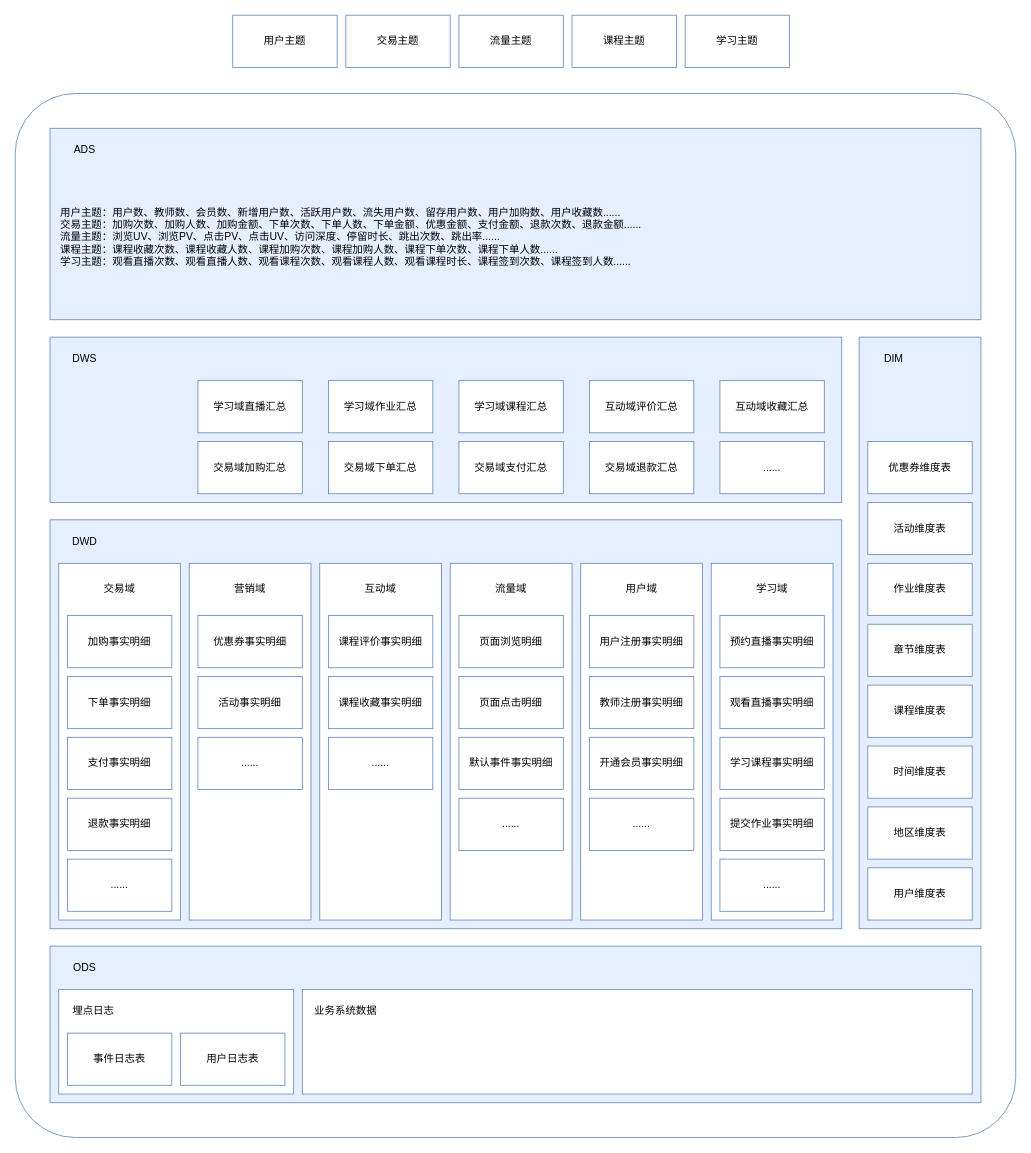
Earlier version of the draw.io diagram 离线数仓分层架构2.drawio (Jacoulin/draw). Source tidied: cells renumbered, new cells numbered last; positions are measured from the earlier drawing's top-left corner, leaving out a move shared by most shapes. Both pictures are drawn from the tidied source at 87%, with x=0, y=0 at pixel (15, 15).
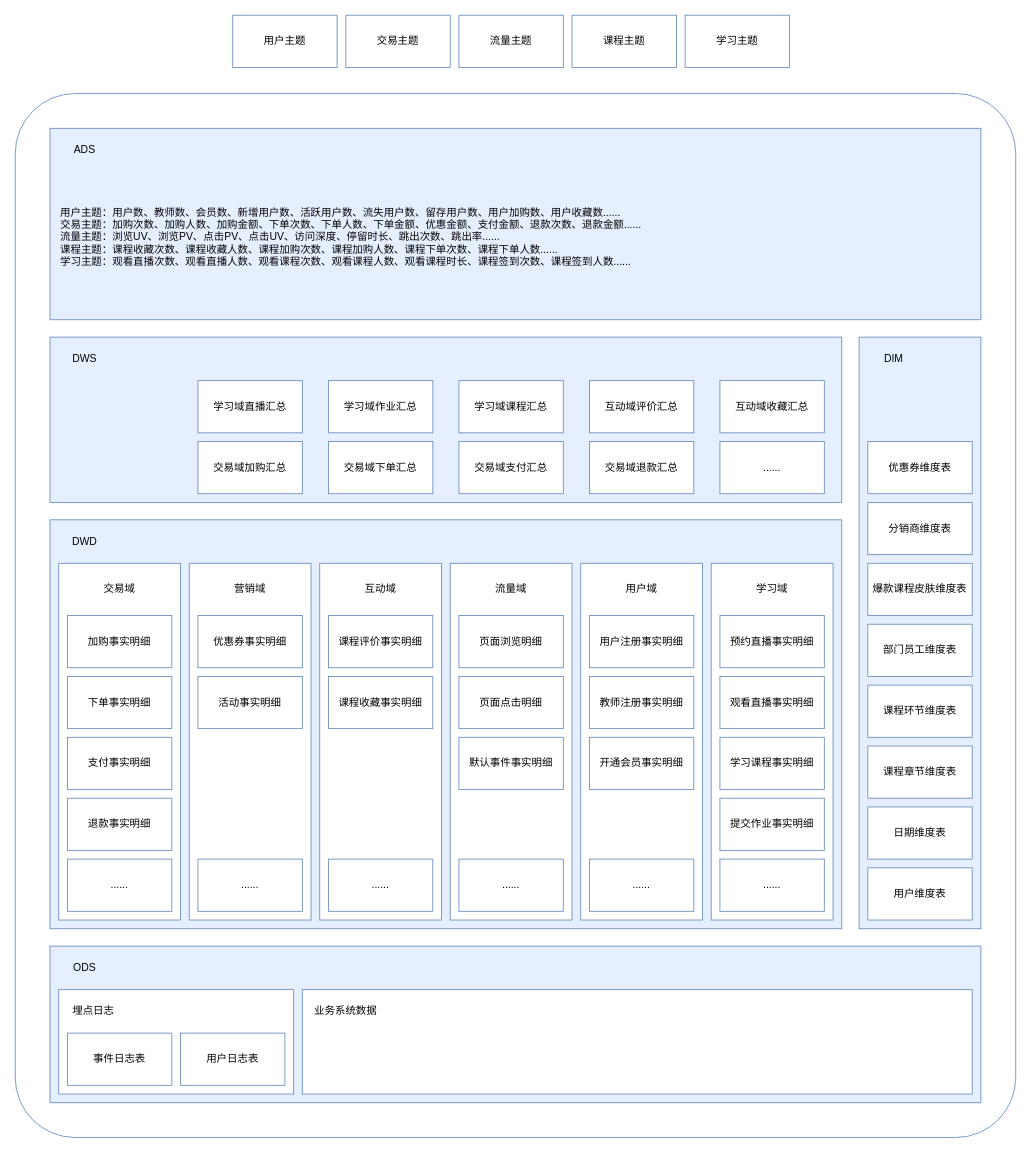
The same diagram, later.

Commit message:
更新离线数仓分层架构2.drawio

The edit, as a diff of the source:
```diff
@@
-    <mxCell id="15" value="课程维度表" style="rounded=0;whiteSpace=wrap;html=1;strokeColor=#6C8EBF;" parent="1" vertex="1">
+    <mxCell id="15" value="课程环节维度表" style="rounded=0;whiteSpace=wrap;html=1;strokeColor=#6C8EBF;" parent="1" vertex="1">
       <mxGeometry x="980" y="770" width="120" height="60" as="geometry" />
     </mxCell>
-    <mxCell id="16" value="章节维度表" style="rounded=0;whiteSpace=wrap;html=1;strokeColor=#6C8EBF;" parent="1" vertex="1">
+    <mxCell id="16" value="部门员工维度表" style="rounded=0;whiteSpace=wrap;html=1;strokeColor=#6C8EBF;" parent="1" vertex="1">
       <mxGeometry x="980" y="700" width="120" height="60" as="geometry" />
     </mxCell>
@@
-    <mxCell id="18" value="活动维度表" style="rounded=0;whiteSpace=wrap;html=1;strokeColor=#6C8EBF;" parent="1" vertex="1">
+    <mxCell id="18" value="分销商维度表" style="rounded=0;whiteSpace=wrap;html=1;strokeColor=#6C8EBF;" parent="1" vertex="1">
       <mxGeometry x="980" y="560" width="120" height="60" as="geometry" />
     </mxCell>
-    <mxCell id="19" value="地区维度表" style="rounded=0;whiteSpace=wrap;html=1;strokeColor=#6C8EBF;" parent="1" vertex="1">
+    <mxCell id="19" value="日期维度表" style="rounded=0;whiteSpace=wrap;html=1;strokeColor=#6C8EBF;" parent="1" vertex="1">
       <mxGeometry x="980" y="910" width="120" height="60" as="geometry" />
     </mxCell>
-    <mxCell id="20" value="时间维度表" style="rounded=0;whiteSpace=wrap;html=1;strokeColor=#6C8EBF;" parent="1" vertex="1">
+    <mxCell id="20" value="课程章节维度表" style="rounded=0;whiteSpace=wrap;html=1;strokeColor=#6C8EBF;" parent="1" vertex="1">
       <mxGeometry x="980" y="840" width="120" height="60" as="geometry" />
     </mxCell>
-    <mxCell id="21" value="作业维度表" style="rounded=0;whiteSpace=wrap;html=1;strokeColor=#6C8EBF;" parent="1" vertex="1">
+    <mxCell id="21" value="爆款课程皮肤维度表" style="rounded=0;whiteSpace=wrap;html=1;strokeColor=#6C8EBF;" parent="1" vertex="1">
       <mxGeometry x="980" y="630" width="120" height="60" as="geometry" />
     </mxCell>
@@
     <mxCell id="51" value="......" style="rounded=0;whiteSpace=wrap;html=1;strokeColor=#6C8EBF;" parent="1" vertex="1">
-      <mxGeometry x="660" y="900" width="120" height="60" as="geometry" />
+      <mxGeometry x="660" y="970" width="120" height="60" as="geometry" />
     </mxCell>
@@
     <mxCell id="62" value="......" style="rounded=0;whiteSpace=wrap;html=1;strokeColor=#6C8EBF;" parent="1" vertex="1">
-      <mxGeometry x="510" y="900" width="120" height="60" as="geometry" />
+      <mxGeometry x="510" y="970" width="120" height="60" as="geometry" />
     </mxCell>
@@
     <mxCell id="68" value="......" style="rounded=0;whiteSpace=wrap;html=1;strokeColor=#6C8EBF;" parent="1" vertex="1">
-      <mxGeometry x="360" y="830" width="120" height="60" as="geometry" />
+      <mxGeometry x="360" y="970" width="120" height="60" as="geometry" />
     </mxCell>
@@
     <mxCell id="78" value="......" style="rounded=0;whiteSpace=wrap;html=1;strokeColor=#6C8EBF;" parent="1" vertex="1">
-      <mxGeometry x="210" y="830" width="120" height="60" as="geometry" />
+      <mxGeometry x="210" y="970" width="120" height="60" as="geometry" />
     </mxCell>
```
